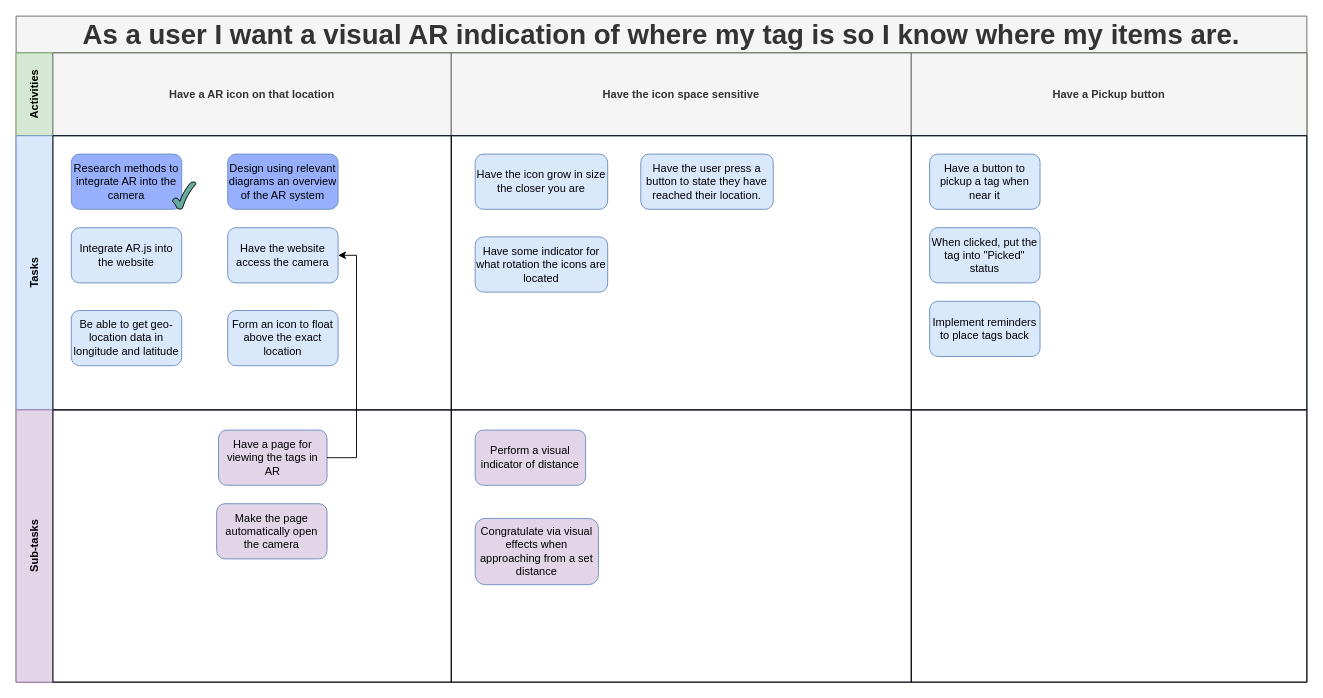
Above: Documentation/Project Diagrams/Story Maps/AR Theme.drawio in ickeyben123/AR (draw.io), before the change. Source tidied: cells renumbered, new cells numbered last; positions are measured from the earlier drawing's top-left corner, leaving out a move shared by most shapes. Both pictures are drawn from the tidied source at 92%, with x=0, y=0 at pixel (16, 16).
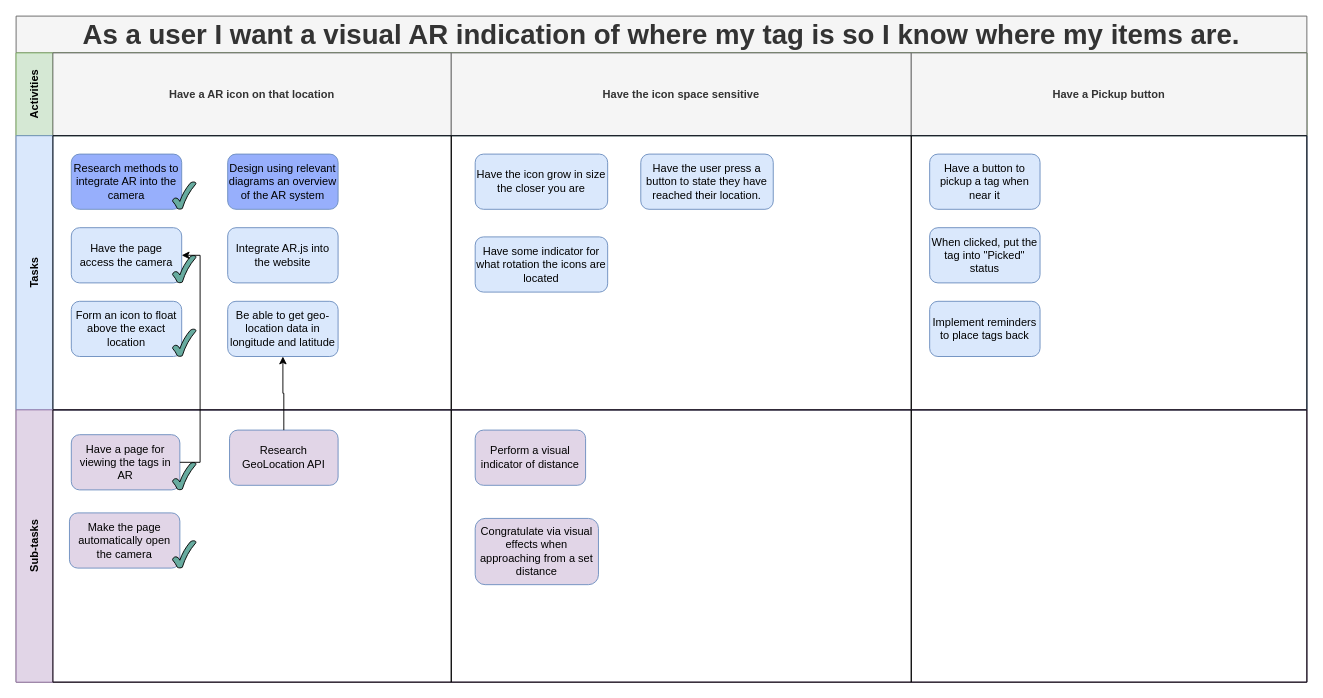
The same page after the edit.

The change refers to these unchanged cells:
```xml
<mxCell id="2" value="As a user I want a visual AR indication of where my tag is so I know where my items are." style="shape=table;childLayout=tableLayout;rowLines=0;columnLines=0;startSize=40;html=1;whiteSpace=wrap;fontStyle=1;align=center;labelBackgroundColor=none;strokeWidth=1;fontSize=30;fillColor=#f5f5f5;strokeColor=#666666;fontColor=#333333;" parent="1" vertex="1">
  <mxGeometry width="1403" height="724" as="geometry" />
</mxCell>
<mxCell id="8" style="swimlane;startSize=0;html=1;whiteSpace=wrap;" parent="7" vertex="1">
  <mxGeometry x="40" width="433" height="298" as="geometry" />
</mxCell>
<mxCell id="25" style="swimlane;startSize=0;html=1;whiteSpace=wrap;" parent="24" vertex="1">
  <mxGeometry x="40" width="433" height="296" as="geometry" />
</mxCell>
```

The edit, as a diff of the source:
```diff
@@
-    <mxCell id="9" value="Have the website access the camera" style="rounded=1;whiteSpace=wrap;html=1;strokeWidth=1;fillColor=#dae8fc;strokeColor=#6c8ebf;" parent="8" vertex="1">
-      <mxGeometry x="190" y="100" width="120" height="60" as="geometry" />
+    <mxCell id="9" value="Have the page access the camera" style="rounded=1;whiteSpace=wrap;html=1;strokeWidth=1;fillColor=#dae8fc;strokeColor=#6c8ebf;" parent="8" vertex="1">
+      <mxGeometry x="20" y="100" width="120" height="60" as="geometry" />
     </mxCell>
     <mxCell id="10" value="Form an icon to float above the exact location" style="rounded=1;whiteSpace=wrap;html=1;strokeWidth=1;fillColor=#dae8fc;strokeColor=#6c8ebf;" parent="8" vertex="1">
-      <mxGeometry x="190" y="190" width="120" height="60" as="geometry" />
+      <mxGeometry x="20" y="180" width="120" height="60" as="geometry" />
     </mxCell>
@@
-    <mxCell id="13" value="Integrate AR.js into the website" style="rounded=1;whiteSpace=wrap;html=1;strokeWidth=1;fillColor=#dae8fc;strokeColor=#6c8ebf;" parent="8" vertex="1">
-      <mxGeometry x="20" y="100" width="120" height="60" as="geometry" />
-    </mxCell>
     <mxCell id="14" value="Be able to get geo-location data in longitude and latitude" style="rounded=1;whiteSpace=wrap;html=1;strokeWidth=1;fillColor=#dae8fc;strokeColor=#6c8ebf;" parent="8" vertex="1">
-      <mxGeometry x="20" y="190" width="120" height="60" as="geometry" />
+      <mxGeometry x="190" y="180" width="120" height="60" as="geometry" />
     </mxCell>
@@
+    <mxCell id="13" value="Integrate AR.js into the website" style="rounded=1;whiteSpace=wrap;html=1;strokeWidth=1;fillColor=#dae8fc;strokeColor=#6c8ebf;" parent="8" vertex="1">
+      <mxGeometry x="190" y="100" width="120" height="60" as="geometry" />
+    </mxCell>
+    <mxCell id="34" style="verticalLabelPosition=bottom;verticalAlign=top;html=1;shape=mxgraph.basic.tick;fillColor=#67AB9F;" parent="8" vertex="1">
+      <mxGeometry x="130" y="130" width="25.5" height="30" as="geometry" />
+    </mxCell>
+    <mxCell id="35" style="verticalLabelPosition=bottom;verticalAlign=top;html=1;shape=mxgraph.basic.tick;fillColor=#67AB9F;" parent="8" vertex="1">
+      <mxGeometry x="130" y="210" width="25.5" height="30" as="geometry" />
+    </mxCell>
@@
     <mxCell id="26" value="Have a page for viewing the tags in AR" style="rounded=1;whiteSpace=wrap;html=1;strokeWidth=1;fillColor=#E1D5E7;strokeColor=#6c8ebf;" parent="25" vertex="1">
-      <mxGeometry x="180" y="22" width="118" height="60" as="geometry" />
+      <mxGeometry x="20" y="27" width="118" height="60" as="geometry" />
     </mxCell>
     <mxCell id="27" value="Make the page automatically open the camera" style="rounded=1;whiteSpace=wrap;html=1;strokeWidth=1;fillColor=#E1D5E7;strokeColor=#6c8ebf;" parent="25" vertex="1">
-      <mxGeometry x="178" y="102" width="120" height="60" as="geometry" />
+      <mxGeometry x="18" y="112" width="120" height="60" as="geometry" />
     </mxCell>
+    <mxCell id="36" value="Research GeoLocation API" style="rounded=1;whiteSpace=wrap;html=1;strokeWidth=1;fillColor=#E1D5E7;strokeColor=#6c8ebf;" parent="25" vertex="1">
+      <mxGeometry x="192" y="22" width="118" height="60" as="geometry" />
+    </mxCell>
+    <mxCell id="37" style="verticalLabelPosition=bottom;verticalAlign=top;html=1;shape=mxgraph.basic.tick;fillColor=#67AB9F;" parent="25" vertex="1">
+      <mxGeometry x="130" y="57" width="25.5" height="30" as="geometry" />
+    </mxCell>
+    <mxCell id="38" style="verticalLabelPosition=bottom;verticalAlign=top;html=1;shape=mxgraph.basic.tick;fillColor=#67AB9F;" parent="25" vertex="1">
+      <mxGeometry x="130" y="142" width="25.5" height="30" as="geometry" />
+    </mxCell>
@@
+    <mxCell id="39" style="edgeStyle=orthogonalEdgeStyle;rounded=0;jettySize=auto;html=1;entryX=0.5;entryY=1;entryDx=0;entryDy=0;" parent="2" edge="1" source="36" target="14">
+      <mxGeometry relative="1" as="geometry" />
+    </mxCell>
     <mxCell id="33" style="edgeStyle=orthogonalEdgeStyle;rounded=0;jettySize=auto;html=1;entryX=1;entryY=0.5;entryDx=0;entryDy=0;" parent="2" edge="1" source="26" target="9">
       <mxGeometry relative="1" as="geometry">
         <Array as="points">
-          <mxPoint x="370" y="480" />
-          <mxPoint x="370" y="260" />
+          <mxPoint x="200" y="485" />
+          <mxPoint x="200" y="260" />
         </Array>
       </mxGeometry>
     </mxCell>
```
